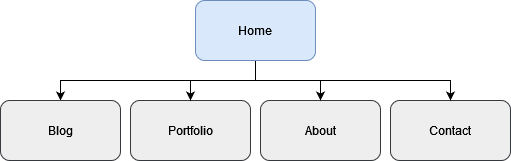
Before: Site_Map.png, a diagram exported from draw.io (LetTheWookieWin92/PortfolioSite). Source tidied: cells renumbered, new cells last; positions are measured from the earlier drawing's top-left corner, leaving out a move shared by most shapes. Source of this version:
```xml
<mxGraphModel>
  <root>
    <mxCell id="0" />
    <mxCell id="1" parent="0" />
    <mxCell id="2" style="edgeStyle=orthogonalEdgeStyle;rounded=0;jettySize=auto;html=1;exitX=0.5;exitY=1;exitDx=0;exitDy=0;" parent="1" edge="1" source="3" target="4">
      <mxGeometry relative="1" as="geometry">
        <Array as="points">
          <mxPoint x="255" y="80" />
          <mxPoint x="60" y="80" />
        </Array>
      </mxGeometry>
    </mxCell>
    <mxCell id="3" value="Home" style="rounded=1;whiteSpace=wrap;html=1;fillColor=#dae8fc;strokeColor=#6c8ebf;" parent="1" vertex="1">
      <mxGeometry x="195" width="120" height="60" as="geometry" />
    </mxCell>
    <mxCell id="4" value="Blog" style="rounded=1;whiteSpace=wrap;html=1;fillColor=#eeeeee;strokeColor=#36393d;" parent="1" vertex="1">
      <mxGeometry y="100" width="120" height="60" as="geometry" />
    </mxCell>
    <mxCell id="5" value="Portfolio" style="rounded=1;whiteSpace=wrap;html=1;fillColor=#eeeeee;strokeColor=#36393d;" parent="1" vertex="1">
      <mxGeometry x="130" y="100" width="120" height="60" as="geometry" />
    </mxCell>
    <mxCell id="6" value="About" style="rounded=1;whiteSpace=wrap;html=1;fillColor=#eeeeee;strokeColor=#36393d;" parent="1" vertex="1">
      <mxGeometry x="260" y="100" width="120" height="60" as="geometry" />
    </mxCell>
    <mxCell id="7" value="Contact" style="rounded=1;whiteSpace=wrap;html=1;fillColor=#eeeeee;strokeColor=#36393d;" parent="1" vertex="1">
      <mxGeometry x="390" y="100" width="120" height="60" as="geometry" />
    </mxCell>
    <mxCell id="8" style="endArrow=classic;html=1;rounded=0;entryX=0.5;entryY=0;entryDx=0;entryDy=0;" parent="1" edge="1" target="7">
      <mxGeometry relative="1" as="geometry">
        <mxPoint x="255" y="80" as="sourcePoint" />
        <Array as="points">
          <mxPoint x="450" y="80" />
        </Array>
      </mxGeometry>
    </mxCell>
    <mxCell id="9" style="endArrow=classic;html=1;rounded=0;entryX=0.5;entryY=0;entryDx=0;entryDy=0;" parent="1" edge="1" target="5">
      <mxGeometry relative="1" as="geometry">
        <mxPoint x="190" y="80" as="sourcePoint" />
      </mxGeometry>
    </mxCell>
    <mxCell id="10" style="endArrow=classic;html=1;rounded=0;entryX=0.5;entryY=0;entryDx=0;entryDy=0;" parent="1" edge="1" target="6">
      <mxGeometry relative="1" as="geometry">
        <mxPoint x="320" y="80" as="sourcePoint" />
      </mxGeometry>
    </mxCell>
  </root>
</mxGraphModel>
```
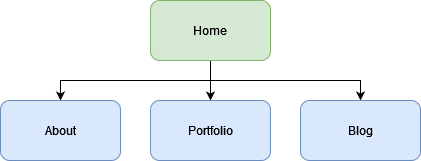
The same diagram one commit later.

Commit message:
updated site map

Change to the diagram source:
```diff
@@ -2,46 +2,36 @@
   <root>
     <mxCell id="0" />
     <mxCell id="1" parent="0" />
+    <mxCell id="11" style="edgeStyle=orthogonalEdgeStyle;rounded=0;jettySize=auto;html=1;" parent="1" edge="1" source="3" target="5">
+      <mxGeometry relative="1" as="geometry" />
+    </mxCell>
-    <mxCell id="2" style="edgeStyle=orthogonalEdgeStyle;rounded=0;jettySize=auto;html=1;exitX=0.5;exitY=1;exitDx=0;exitDy=0;" parent="1" edge="1" source="3" target="4">
+    <mxCell id="2" style="edgeStyle=orthogonalEdgeStyle;rounded=0;jettySize=auto;html=1;" parent="1" edge="1" source="3" target="4">
       <mxGeometry relative="1" as="geometry">
         <Array as="points">
-          <mxPoint x="255" y="80" />
-          <mxPoint x="60" y="80" />
+          <mxPoint x="370" y="270" />
+          <mxPoint x="520" y="270" />
         </Array>
       </mxGeometry>
     </mxCell>
+    <mxCell id="12" style="edgeStyle=orthogonalEdgeStyle;rounded=0;jettySize=auto;html=1;entryX=0.5;entryY=0;entryDx=0;entryDy=0;" parent="1" edge="1" source="3" target="6">
+      <mxGeometry relative="1" as="geometry">
+        <Array as="points">
+          <mxPoint x="370" y="270" />
+          <mxPoint x="220" y="270" />
+        </Array>
+      </mxGeometry>
+    </mxCell>
-    <mxCell id="3" value="Home" style="rounded=1;whiteSpace=wrap;html=1;fillColor=#dae8fc;strokeColor=#6c8ebf;" parent="1" vertex="1">
-      <mxGeometry x="195" width="120" height="60" as="geometry" />
+    <mxCell id="3" value="Home" style="rounded=1;whiteSpace=wrap;html=1;fillColor=#d5e8d4;strokeColor=#82b366;" parent="1" vertex="1">
+      <mxGeometry x="310" y="190" width="120" height="60" as="geometry" />
     </mxCell>
+    <mxCell id="6" value="About" style="rounded=1;whiteSpace=wrap;html=1;fillColor=#dae8fc;strokeColor=#6c8ebf;" parent="1" vertex="1">
+      <mxGeometry x="160" y="290" width="120" height="60" as="geometry" />
+    </mxCell>
+    <mxCell id="5" value="Portfolio" style="rounded=1;whiteSpace=wrap;html=1;fillColor=#dae8fc;strokeColor=#6c8ebf;" parent="1" vertex="1">
+      <mxGeometry x="310" y="290" width="120" height="60" as="geometry" />
+    </mxCell>
-    <mxCell id="4" value="Blog" style="rounded=1;whiteSpace=wrap;html=1;fillColor=#eeeeee;strokeColor=#36393d;" parent="1" vertex="1">
-      <mxGeometry y="100" width="120" height="60" as="geometry" />
+    <mxCell id="4" value="Blog" style="rounded=1;whiteSpace=wrap;html=1;fillColor=#dae8fc;strokeColor=#6c8ebf;" parent="1" vertex="1">
+      <mxGeometry x="460" y="290" width="120" height="60" as="geometry" />
     </mxCell>
-    <mxCell id="5" value="Portfolio" style="rounded=1;whiteSpace=wrap;html=1;fillColor=#eeeeee;strokeColor=#36393d;" parent="1" vertex="1">
-      <mxGeometry x="130" y="100" width="120" height="60" as="geometry" />
-    </mxCell>
-    <mxCell id="6" value="About" style="rounded=1;whiteSpace=wrap;html=1;fillColor=#eeeeee;strokeColor=#36393d;" parent="1" vertex="1">
-      <mxGeometry x="260" y="100" width="120" height="60" as="geometry" />
-    </mxCell>
-    <mxCell id="7" value="Contact" style="rounded=1;whiteSpace=wrap;html=1;fillColor=#eeeeee;strokeColor=#36393d;" parent="1" vertex="1">
-      <mxGeometry x="390" y="100" width="120" height="60" as="geometry" />
-    </mxCell>
-    <mxCell id="8" style="endArrow=classic;html=1;rounded=0;entryX=0.5;entryY=0;entryDx=0;entryDy=0;" parent="1" edge="1" target="7">
-      <mxGeometry relative="1" as="geometry">
-        <mxPoint x="255" y="80" as="sourcePoint" />
-        <Array as="points">
-          <mxPoint x="450" y="80" />
-        </Array>
-      </mxGeometry>
-    </mxCell>
-    <mxCell id="9" style="endArrow=classic;html=1;rounded=0;entryX=0.5;entryY=0;entryDx=0;entryDy=0;" parent="1" edge="1" target="5">
-      <mxGeometry relative="1" as="geometry">
-        <mxPoint x="190" y="80" as="sourcePoint" />
-      </mxGeometry>
-    </mxCell>
-    <mxCell id="10" style="endArrow=classic;html=1;rounded=0;entryX=0.5;entryY=0;entryDx=0;entryDy=0;" parent="1" edge="1" target="6">
-      <mxGeometry relative="1" as="geometry">
-        <mxPoint x="320" y="80" as="sourcePoint" />
-      </mxGeometry>
-    </mxCell>
   </root>
 </mxGraphModel>
```
